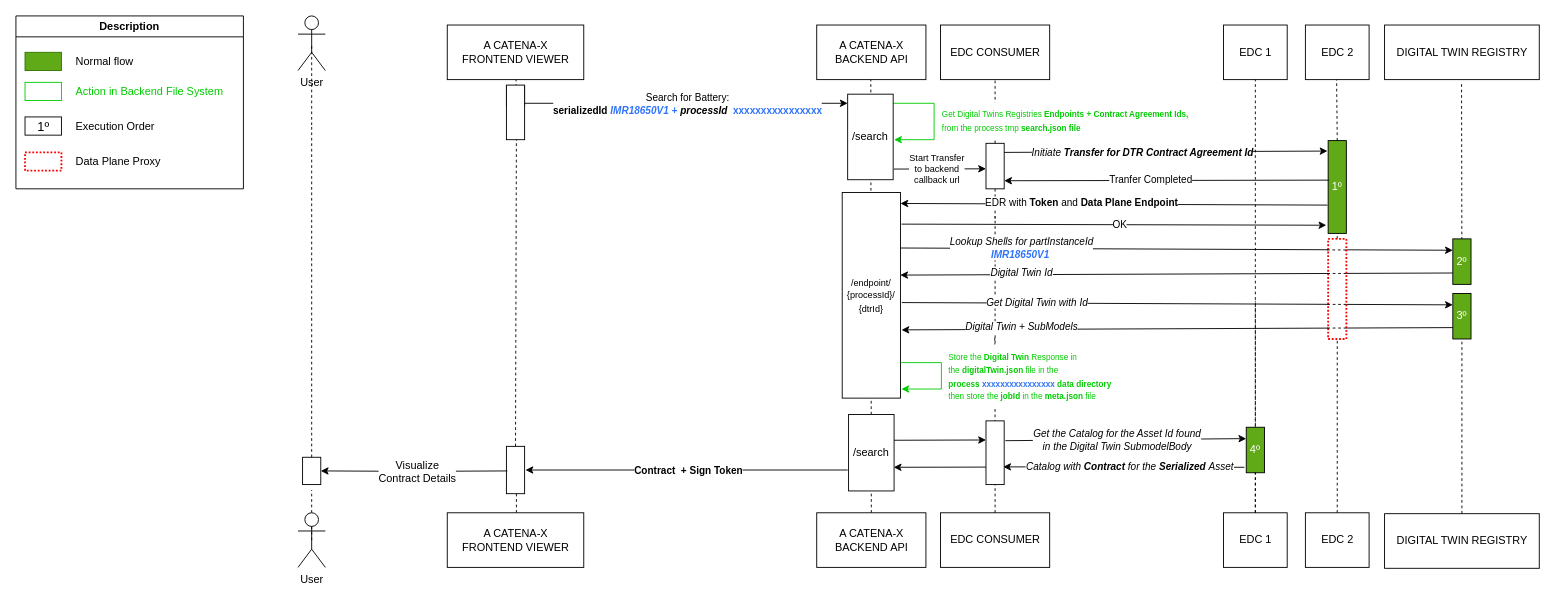
eclipse-tractusx/digital-product-pass keeps this draw.io diagram as docs/data retrieval guide/media/diagrams/dataSearchApi.drawio.xml. Above is the earlier version. Source tidied: cells renumbered, new cells numbered last; positions are measured from the earlier drawing's top-left corner, leaving out a move shared by most shapes. Both pictures are drawn from the tidied source at 91%, with x=0, y=0 at pixel (15, 15).
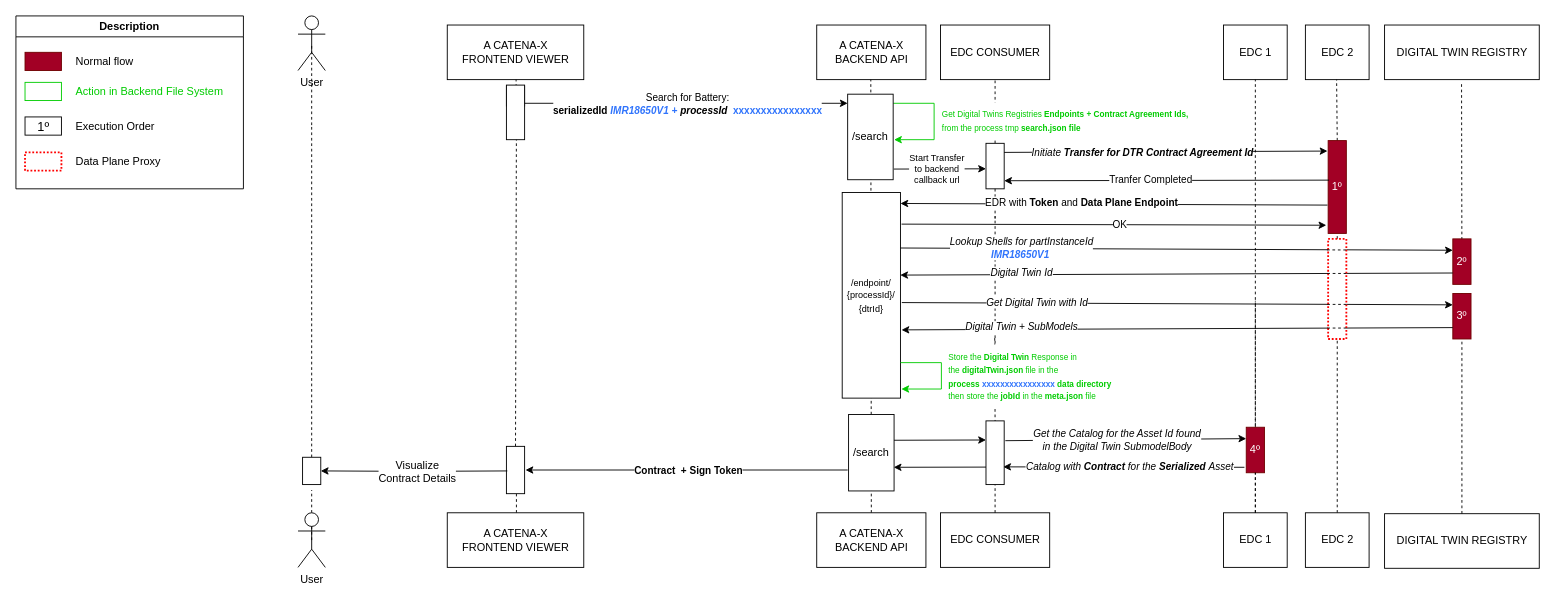
Above is the later version.

The change refers to these unchanged cells:
```xml
<mxCell id="33" value="Description" style="swimlane;" parent="1" vertex="1">
  <mxGeometry width="250" height="190" as="geometry" />
</mxCell>
```

What changed in the source:
```diff
@@
-    <mxCell id="24" value="1º" style="rounded=0;whiteSpace=wrap;html=1;fillColor=#60A917;strokeColor=#000000;fontColor=#ffffff;" parent="1" vertex="1">
+    <mxCell id="24" value="1º" style="rounded=0;whiteSpace=wrap;html=1;fillColor=#a20025;strokeColor=#6F0000;fontColor=#ffffff;" parent="1" vertex="1">
       <mxGeometry x="1442" y="137" width="20" height="102" as="geometry" />
     </mxCell>
@@
-    <mxCell id="35" style="rounded=0;whiteSpace=wrap;html=1;fillColor=#60A917;fontColor=#ffffff;strokeColor=#2D7600;" parent="33" vertex="1">
+    <mxCell id="35" style="rounded=0;whiteSpace=wrap;html=1;fillColor=#a20025;fontColor=#ffffff;strokeColor=#6F0000;" parent="33" vertex="1">
       <mxGeometry x="10" y="40" width="40" height="20" as="geometry" />
     </mxCell>
@@
-    <mxCell id="65" value="2º" style="rounded=0;whiteSpace=wrap;html=1;fillColor=#60A917;strokeColor=#000000;fontColor=#ffffff;" parent="1" vertex="1">
+    <mxCell id="65" value="2º" style="rounded=0;whiteSpace=wrap;html=1;fillColor=#a20025;strokeColor=#6F0000;fontColor=#ffffff;" parent="1" vertex="1">
       <mxGeometry x="1579" y="245" width="20" height="50" as="geometry" />
     </mxCell>
-    <mxCell id="66" value="3º" style="rounded=0;whiteSpace=wrap;html=1;fillColor=#60A917;strokeColor=#000000;fontColor=#ffffff;" parent="1" vertex="1">
+    <mxCell id="66" value="3º" style="rounded=0;whiteSpace=wrap;html=1;fillColor=#a20025;strokeColor=#6F0000;fontColor=#ffffff;" parent="1" vertex="1">
       <mxGeometry x="1579" y="305" width="20" height="50" as="geometry" />
     </mxCell>
@@
-    <mxCell id="74" value="4º" style="rounded=0;whiteSpace=wrap;html=1;fillColor=#60A917;strokeColor=#000000;fontColor=#ffffff;" parent="1" vertex="1">
+    <mxCell id="74" value="4º" style="rounded=0;whiteSpace=wrap;html=1;fillColor=#a20025;strokeColor=#6F0000;fontColor=#ffffff;" parent="1" vertex="1">
       <mxGeometry x="1352" y="452" width="20" height="50" as="geometry" />
     </mxCell>
```
